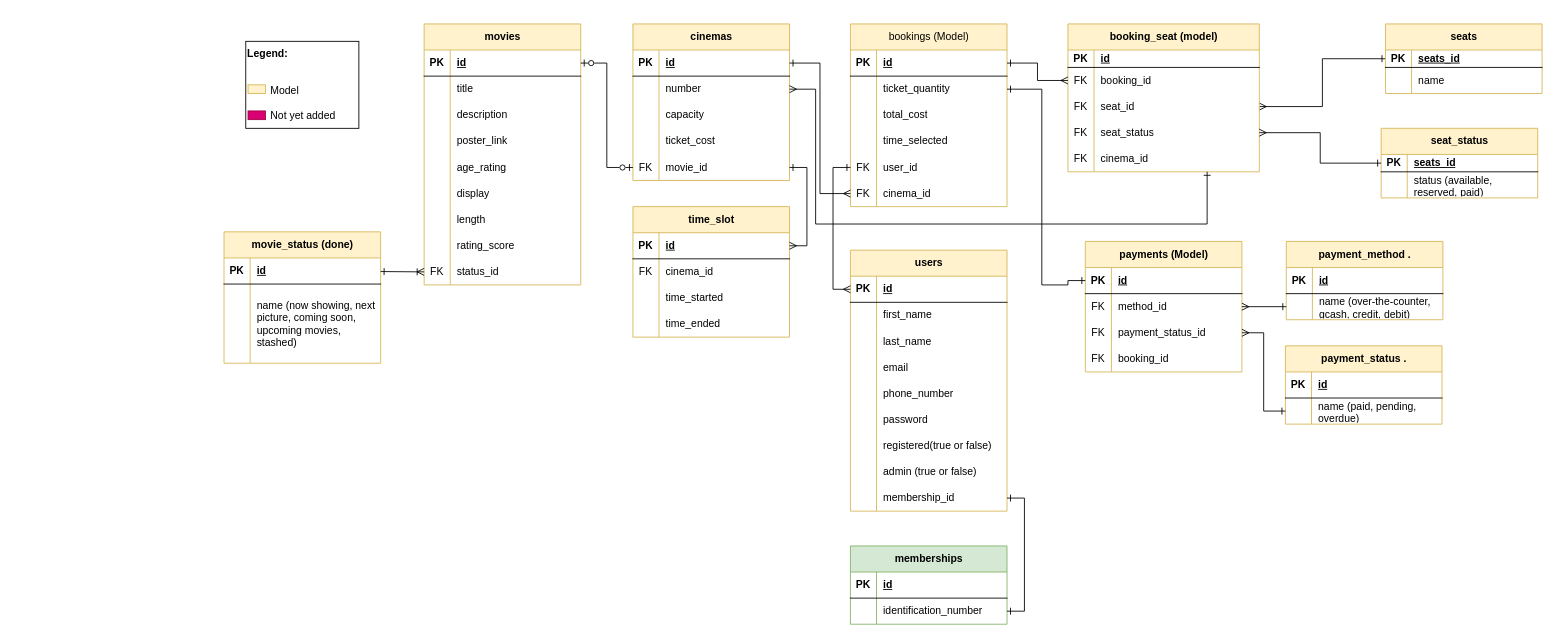
Above: page "Page-2" (2 of 2) of FLICKS.drawio in SammDumpingStation/FLICKS-Movie-Ticket-Booking-System (draw.io), before the change. Source tidied: cells renumbered, new cells numbered last; positions are measured from the earlier drawing's top-left corner, leaving out a move shared by most shapes. Both pictures are drawn from the tidied source at 87%, with x=0, y=0 at pixel (224, 23).
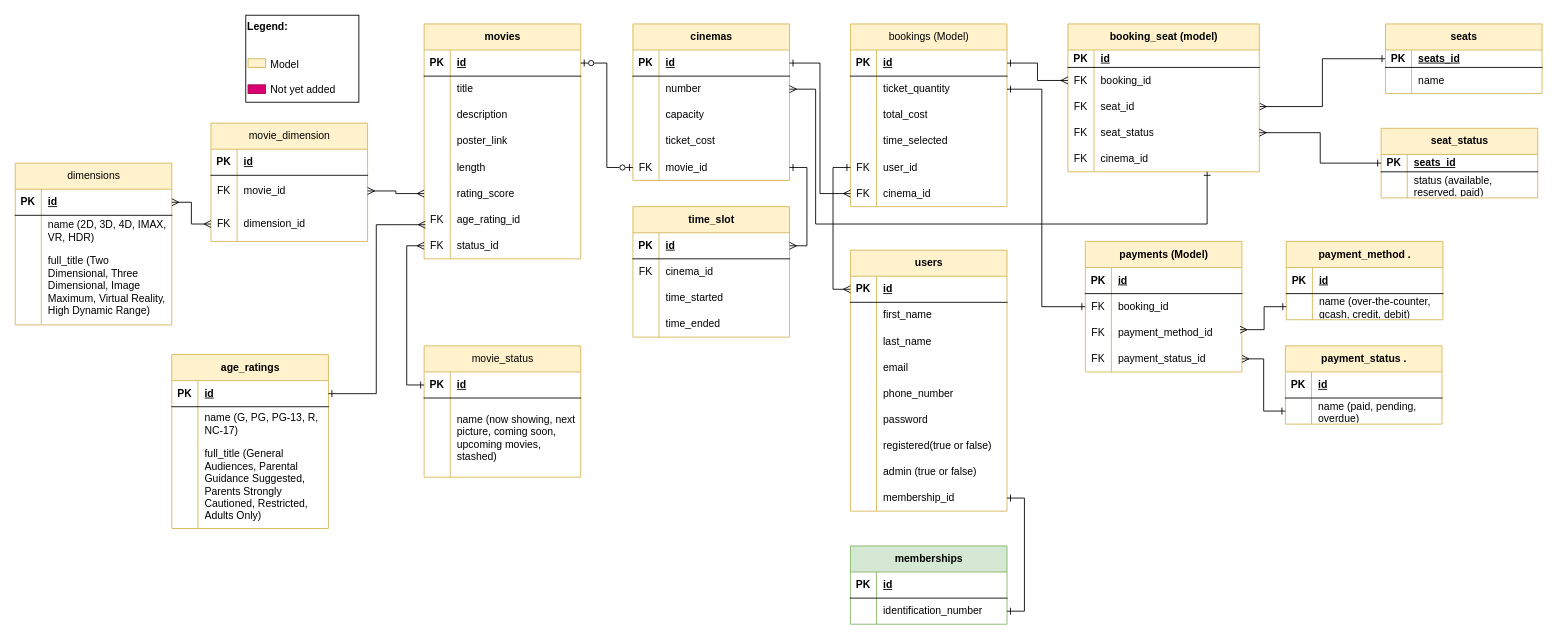
The same diagram, later.

Unchanged cells that the change refers to:
```xml
<mxCell id="59" style="shape=tableRow;horizontal=0;startSize=0;swimlaneHead=0;swimlaneBody=0;fillColor=none;points=[[0,0.5],[1,0.5]];portConstraint=eastwest;top=0;left=0;right=0;bottom=1;" parent="58" vertex="1">
  <mxGeometry y="30" width="180" height="30" as="geometry" />
</mxCell>
<mxCell id="62" style="shape=tableRow;horizontal=0;startSize=0;swimlaneHead=0;swimlaneBody=0;fillColor=none;points=[[0,0.5],[1,0.5]];portConstraint=eastwest;top=0;left=0;right=0;bottom=0;" parent="58" vertex="1">
  <mxGeometry y="60" width="180" height="30" as="geometry" />
</mxCell>
<mxCell id="65" style="shape=tableRow;horizontal=0;startSize=0;swimlaneHead=0;swimlaneBody=0;fillColor=none;points=[[0,0.5],[1,0.5]];portConstraint=eastwest;top=0;left=0;right=0;bottom=0;" parent="58" vertex="1">
  <mxGeometry y="90" width="180" height="30" as="geometry" />
</mxCell>
<mxCell id="68" style="shape=tableRow;horizontal=0;startSize=0;swimlaneHead=0;swimlaneBody=0;fillColor=none;points=[[0,0.5],[1,0.5]];portConstraint=eastwest;top=0;left=0;right=0;bottom=0;" parent="58" vertex="1">
  <mxGeometry y="120" width="180" height="30" as="geometry" />
</mxCell>
<mxCell id="91" style="shape=tableRow;horizontal=0;startSize=0;swimlaneHead=0;swimlaneBody=0;fillColor=none;points=[[0,0.5],[1,0.5]];portConstraint=eastwest;top=0;left=0;right=0;bottom=0;" parent="87" vertex="1">
  <mxGeometry y="60" width="180" height="30" as="geometry" />
</mxCell>
<mxCell id="115" style="shape=tableRow;horizontal=0;startSize=0;swimlaneHead=0;swimlaneBody=0;fillColor=none;points=[[0,0.5],[1,0.5]];portConstraint=eastwest;top=0;left=0;right=0;bottom=1;" parent="114" vertex="1">
  <mxGeometry y="30" width="180" height="30" as="geometry" />
</mxCell>
<mxCell id="132" style="shape=tableRow;horizontal=0;startSize=0;swimlaneHead=0;swimlaneBody=0;fillColor=none;points=[[0,0.5],[1,0.5]];portConstraint=eastwest;top=0;left=0;right=0;bottom=0;" parent="128" vertex="1">
  <mxGeometry y="60" width="180" height="30" as="geometry" />
</mxCell>
<mxCell id="139" style="shape=tableRow;horizontal=0;startSize=0;swimlaneHead=0;swimlaneBody=0;fillColor=none;points=[[0,0.5],[1,0.5]];portConstraint=eastwest;top=0;left=0;right=0;bottom=0;" parent="135" vertex="1">
  <mxGeometry y="60" width="180" height="30" as="geometry" />
</mxCell>
```

What changed in the source:
```diff
@@
     <mxCell id="2" value="movies" style="shape=table;startSize=30;childLayout=tableLayout;rowLines=0;fontStyle=1;align=center;html=1;fillColor=#fff2cc;strokeColor=#d6b656;" parent="1" vertex="1">
-      <mxGeometry x="230" width="180" height="300" as="geometry" />
+      <mxGeometry x="230" width="180" height="270" as="geometry" />
     </mxCell>
@@
-    <mxCell id="15" style="shape=tableRow;horizontal=0;startSize=0;swimlaneHead=0;swimlaneBody=0;fillColor=none;top=0;left=0;right=0;bottom=0;" parent="2" vertex="1">
-      <mxGeometry y="150" width="180" height="30" as="geometry" />
-    </mxCell>
-    <mxCell id="16" style="shape=partialRectangle;fillColor=none;top=0;left=0;bottom=0;right=0;overflow=hidden;whiteSpace=wrap;html=1;" parent="15" vertex="1">
-      <mxGeometry width="30" height="30" as="geometry" />
-    </mxCell>
-    <mxCell id="17" value="age_rating" style="shape=partialRectangle;fillColor=none;top=0;left=0;bottom=0;right=0;align=left;spacingLeft=6;overflow=hidden;whiteSpace=wrap;html=1;" parent="15" vertex="1">
-      <mxGeometry x="30" width="150" height="30" as="geometry" />
-    </mxCell>
-    <mxCell id="18" style="shape=tableRow;horizontal=0;startSize=0;swimlaneHead=0;swimlaneBody=0;fillColor=none;top=0;left=0;right=0;bottom=0;" parent="2" vertex="1">
-      <mxGeometry y="180" width="180" height="30" as="geometry" />
-    </mxCell>
-    <mxCell id="19" style="shape=partialRectangle;fillColor=none;top=0;left=0;bottom=0;right=0;overflow=hidden;whiteSpace=wrap;html=1;" parent="18" vertex="1">
-      <mxGeometry width="30" height="30" as="geometry" />
-    </mxCell>
-    <mxCell id="20" value="display" style="shape=partialRectangle;fillColor=none;top=0;left=0;bottom=0;right=0;align=left;spacingLeft=6;overflow=hidden;whiteSpace=wrap;html=1;" parent="18" vertex="1">
-      <mxGeometry x="30" width="150" height="30" as="geometry" />
-    </mxCell>
     <mxCell id="21" style="shape=tableRow;horizontal=0;startSize=0;swimlaneHead=0;swimlaneBody=0;fillColor=none;top=0;left=0;right=0;bottom=0;" parent="2" vertex="1">
-      <mxGeometry y="210" width="180" height="30" as="geometry" />
+      <mxGeometry y="150" width="180" height="30" as="geometry" />
     </mxCell>
@@
     <mxCell id="24" style="shape=tableRow;horizontal=0;startSize=0;swimlaneHead=0;swimlaneBody=0;fillColor=none;points=[[0,0.5],[1,0.5]];portConstraint=eastwest;top=0;left=0;right=0;bottom=0;" parent="2" vertex="1">
-      <mxGeometry y="240" width="180" height="30" as="geometry" />
+      <mxGeometry y="180" width="180" height="30" as="geometry" />
     </mxCell>
@@
-    <mxCell id="27" style="shape=tableRow;horizontal=0;startSize=0;swimlaneHead=0;swimlaneBody=0;fillColor=none;points=[[0,0.5],[1,0.5]];portConstraint=eastwest;top=0;left=0;right=0;bottom=0;" parent="2" vertex="1">
-      <mxGeometry y="270" width="180" height="30" as="geometry" />
-    </mxCell>
-    <mxCell id="28" value="FK" style="shape=partialRectangle;fillColor=none;top=0;left=0;bottom=0;right=0;overflow=hidden;whiteSpace=wrap;html=1;" parent="27" vertex="1">
-      <mxGeometry width="30" height="30" as="geometry" />
-    </mxCell>
+    <mxCell id="195" style="shape=tableRow;horizontal=0;startSize=0;swimlaneHead=0;swimlaneBody=0;fillColor=none;points=[[0,0.5],[1,0.5]];portConstraint=eastwest;top=0;left=0;right=0;bottom=0;" parent="2" vertex="1">
+      <mxGeometry y="210" width="180" height="30" as="geometry" />
+    </mxCell>
+    <mxCell id="196" value="FK" style="shape=partialRectangle;fillColor=none;top=0;left=0;bottom=0;right=0;overflow=hidden;whiteSpace=wrap;html=1;" parent="195" vertex="1">
+      <mxGeometry width="30" height="30" as="geometry" />
+    </mxCell>
+    <mxCell id="197" value="age_rating_id" style="shape=partialRectangle;fillColor=none;top=0;left=0;bottom=0;right=0;align=left;spacingLeft=6;overflow=hidden;whiteSpace=wrap;html=1;" parent="195" vertex="1">
+      <mxGeometry x="30" width="150" height="30" as="geometry" />
+    </mxCell>
+    <mxCell id="198" style="shape=tableRow;horizontal=0;startSize=0;swimlaneHead=0;swimlaneBody=0;fillColor=none;points=[[0,0.5],[1,0.5]];portConstraint=eastwest;top=0;left=0;right=0;bottom=0;" parent="2" vertex="1">
+      <mxGeometry y="240" width="180" height="30" as="geometry" />
+    </mxCell>
+    <mxCell id="199" value="FK" style="shape=partialRectangle;fillColor=none;top=0;left=0;bottom=0;right=0;overflow=hidden;whiteSpace=wrap;html=1;" parent="198" vertex="1">
+      <mxGeometry width="30" height="30" as="geometry" />
+    </mxCell>
-    <mxCell id="29" value="status_id" style="shape=partialRectangle;fillColor=none;top=0;left=0;bottom=0;right=0;align=left;spacingLeft=6;overflow=hidden;whiteSpace=wrap;html=1;" parent="27" vertex="1">
+    <mxCell id="29" value="status_id" style="shape=partialRectangle;fillColor=none;top=0;left=0;bottom=0;right=0;align=left;spacingLeft=6;overflow=hidden;whiteSpace=wrap;html=1;" parent="198" vertex="1">
       <mxGeometry x="30" width="150" height="30" as="geometry" />
     </mxCell>
@@
-    <mxCell id="64" value="method_id" style="shape=partialRectangle;fillColor=none;top=0;left=0;bottom=0;right=0;align=left;spacingLeft=6;overflow=hidden;whiteSpace=wrap;html=1;" parent="62" vertex="1">
+    <mxCell id="64" value="booking_id" style="shape=partialRectangle;fillColor=none;top=0;left=0;bottom=0;right=0;align=left;spacingLeft=6;overflow=hidden;whiteSpace=wrap;html=1;" parent="62" vertex="1">
       <mxGeometry x="30" width="150" height="30" as="geometry" />
     </mxCell>
@@
-    <mxCell id="67" value="payment_status_id" style="shape=partialRectangle;fillColor=none;top=0;left=0;bottom=0;right=0;align=left;spacingLeft=6;overflow=hidden;whiteSpace=wrap;html=1;" parent="65" vertex="1">
+    <mxCell id="67" value="payment_method_id" style="shape=partialRectangle;fillColor=none;top=0;left=0;bottom=0;right=0;align=left;spacingLeft=6;overflow=hidden;whiteSpace=wrap;html=1;" parent="65" vertex="1">
       <mxGeometry x="30" width="150" height="30" as="geometry" />
     </mxCell>
@@
-    <mxCell id="70" value="booking_id" style="shape=partialRectangle;fillColor=none;top=0;left=0;bottom=0;right=0;align=left;spacingLeft=6;overflow=hidden;whiteSpace=wrap;html=1;" parent="68" vertex="1">
+    <mxCell id="70" value="payment_status_id" style="shape=partialRectangle;fillColor=none;top=0;left=0;bottom=0;right=0;align=left;spacingLeft=6;overflow=hidden;whiteSpace=wrap;html=1;" parent="68" vertex="1">
       <mxGeometry x="30" width="150" height="30" as="geometry" />
     </mxCell>
@@
-    <mxCell id="114" value="movie_status (done)" style="shape=table;startSize=30;childLayout=tableLayout;rowLines=0;fontStyle=1;align=center;html=1;fillColor=#fff2cc;strokeColor=#d6b656;" parent="1" vertex="1">
-      <mxGeometry y="239" width="180" height="151" as="geometry" />
+    <mxCell id="114" value="movie_status" style="shape=table;startSize=30;childLayout=tableLayout;rowLines=0;fontStyle=0;align=center;html=1;fillColor=#fff2cc;strokeColor=#d6b656;" parent="1" vertex="1">
+      <mxGeometry x="230" y="370" width="180" height="151" as="geometry" />
     </mxCell>
@@
-    <mxCell id="178" style="rounded=0;jettySize=auto;html=1;entryX=0;entryY=0.5;entryDx=0;entryDy=0;startArrow=ERone;startFill=0;endArrow=ERoneToMany;endFill=0;" parent="1" edge="1" source="115" target="27">
-      <mxGeometry relative="1" as="geometry" />
-    </mxCell>
@@
-    <mxCell id="183" style="edgeStyle=orthogonalEdgeStyle;rounded=0;jettySize=auto;html=1;entryX=1;entryY=0.5;entryDx=0;entryDy=0;endArrow=ERmany;endFill=0;startArrow=ERone;startFill=0;" parent="1" edge="1" source="132" target="65">
+    <mxCell id="183" style="edgeStyle=orthogonalEdgeStyle;rounded=0;jettySize=auto;html=1;entryX=1;entryY=0.5;entryDx=0;entryDy=0;endArrow=ERmany;endFill=0;startArrow=ERone;startFill=0;" parent="1" edge="1" source="132" target="68">
       <mxGeometry relative="1" as="geometry" />
     </mxCell>
-    <mxCell id="184" style="edgeStyle=orthogonalEdgeStyle;rounded=0;jettySize=auto;html=1;entryX=1;entryY=0.5;entryDx=0;entryDy=0;endArrow=ERmany;endFill=0;startArrow=ERone;startFill=0;" parent="1" edge="1" source="139" target="62">
+    <mxCell id="184" style="edgeStyle=orthogonalEdgeStyle;rounded=0;jettySize=auto;html=1;entryX=0.988;entryY=0.381;entryDx=0;entryDy=0;endArrow=ERmany;endFill=0;startArrow=ERone;startFill=0;entryPerimeter=0;" parent="1" edge="1" source="139" target="65">
       <mxGeometry relative="1" as="geometry" />
     </mxCell>
     <mxCell id="185" style="group;" parent="1" vertex="1">
-      <mxGeometry x="25" y="20" width="130" height="100" as="geometry" />
+      <mxGeometry x="25" y="-10" width="130" height="100" as="geometry" />
     </mxCell>
@@
-    <mxCell id="194" style="edgeStyle=orthogonalEdgeStyle;rounded=0;jettySize=auto;html=1;entryX=0;entryY=0.5;entryDx=0;entryDy=0;startArrow=ERone;startFill=0;endArrow=ERone;endFill=0;" parent="1" edge="1" source="91" target="59">
+    <mxCell id="194" style="edgeStyle=orthogonalEdgeStyle;rounded=0;jettySize=auto;html=1;startArrow=ERone;startFill=0;endArrow=ERone;endFill=0;entryX=0;entryY=0.5;entryDx=0;entryDy=0;" parent="1" edge="1" source="91" target="62">
       <mxGeometry relative="1" as="geometry">
         <Array as="points">
           <mxPoint x="940" y="75" />
-          <mxPoint x="940" y="300" />
-          <mxPoint x="970" y="300" />
-          <mxPoint x="970" y="295" />
+          <mxPoint x="940" y="325" />
         </Array>
       </mxGeometry>
     </mxCell>
+    <mxCell id="200" value="dimensions" style="shape=table;startSize=30;childLayout=tableLayout;rowLines=0;fontStyle=0;align=center;html=1;fillColor=#fff2cc;strokeColor=#d6b656;" parent="1" vertex="1">
+      <mxGeometry x="-240" y="160" width="180" height="186" as="geometry" />
+    </mxCell>
+    <mxCell id="201" style="shape=tableRow;horizontal=0;startSize=0;swimlaneHead=0;swimlaneBody=0;fillColor=none;points=[[0,0.5],[1,0.5]];portConstraint=eastwest;top=0;left=0;right=0;bottom=1;" parent="200" vertex="1">
+      <mxGeometry y="30" width="180" height="30" as="geometry" />
+    </mxCell>
+    <mxCell id="202" value="PK" style="shape=partialRectangle;fillColor=none;top=0;left=0;bottom=0;right=0;fontStyle=1;overflow=hidden;whiteSpace=wrap;html=1;" parent="201" vertex="1">
+      <mxGeometry width="30" height="30" as="geometry" />
+    </mxCell>
+    <mxCell id="203" value="id" style="shape=partialRectangle;fillColor=none;top=0;left=0;bottom=0;right=0;align=left;spacingLeft=6;fontStyle=5;overflow=hidden;whiteSpace=wrap;html=1;" parent="201" vertex="1">
+      <mxGeometry x="30" width="150" height="30" as="geometry" />
+    </mxCell>
+    <mxCell id="204" style="shape=tableRow;horizontal=0;startSize=0;swimlaneHead=0;swimlaneBody=0;fillColor=none;top=0;left=0;right=0;bottom=0;" parent="200" vertex="1">
+      <mxGeometry y="60" width="180" height="36" as="geometry" />
+    </mxCell>
+    <mxCell id="205" style="shape=partialRectangle;fillColor=none;top=0;left=0;bottom=0;right=0;overflow=hidden;whiteSpace=wrap;html=1;" parent="204" vertex="1">
+      <mxGeometry width="30" height="36" as="geometry" />
+    </mxCell>
+    <mxCell id="206" value="name (2D, 3D, 4D, IMAX, VR, HDR)" style="shape=partialRectangle;fillColor=none;top=0;left=0;bottom=0;right=0;align=left;spacingLeft=6;overflow=hidden;whiteSpace=wrap;html=1;" parent="204" vertex="1">
+      <mxGeometry x="30" width="150" height="36" as="geometry" />
+    </mxCell>
+    <mxCell id="207" style="shape=tableRow;horizontal=0;startSize=0;swimlaneHead=0;swimlaneBody=0;fillColor=none;top=0;left=0;right=0;bottom=0;" parent="200" vertex="1">
+      <mxGeometry y="96" width="180" height="90" as="geometry" />
+    </mxCell>
+    <mxCell id="208" style="shape=partialRectangle;fillColor=none;top=0;left=0;bottom=0;right=0;overflow=hidden;whiteSpace=wrap;html=1;" parent="207" vertex="1">
+      <mxGeometry width="30" height="90" as="geometry" />
+    </mxCell>
+    <mxCell id="209" value="full_title (Two Dimensional, Three Dimensional, Image Maximum, Virtual Reality, High Dynamic Range)" style="shape=partialRectangle;fillColor=none;top=0;left=0;bottom=0;right=0;align=left;spacingLeft=6;overflow=hidden;whiteSpace=wrap;html=1;" parent="207" vertex="1">
+      <mxGeometry x="30" width="150" height="90" as="geometry" />
+    </mxCell>
+    <mxCell id="210" value="age_ratings" style="shape=table;startSize=30;childLayout=tableLayout;rowLines=0;fontStyle=1;align=center;html=1;fillColor=#fff2cc;strokeColor=#d6b656;" parent="1" vertex="1">
+      <mxGeometry x="-60" y="380" width="180" height="200" as="geometry" />
+    </mxCell>
+    <mxCell id="211" style="shape=tableRow;horizontal=0;startSize=0;swimlaneHead=0;swimlaneBody=0;fillColor=none;points=[[0,0.5],[1,0.5]];portConstraint=eastwest;top=0;left=0;right=0;bottom=1;" parent="210" vertex="1">
+      <mxGeometry y="30" width="180" height="30" as="geometry" />
+    </mxCell>
+    <mxCell id="212" value="PK" style="shape=partialRectangle;fillColor=none;top=0;left=0;bottom=0;right=0;fontStyle=1;overflow=hidden;whiteSpace=wrap;html=1;" parent="211" vertex="1">
+      <mxGeometry width="30" height="30" as="geometry" />
+    </mxCell>
+    <mxCell id="213" value="id" style="shape=partialRectangle;fillColor=none;top=0;left=0;bottom=0;right=0;align=left;spacingLeft=6;fontStyle=5;overflow=hidden;whiteSpace=wrap;html=1;" parent="211" vertex="1">
+      <mxGeometry x="30" width="150" height="30" as="geometry" />
+    </mxCell>
+    <mxCell id="214" style="shape=tableRow;horizontal=0;startSize=0;swimlaneHead=0;swimlaneBody=0;fillColor=none;top=0;left=0;right=0;bottom=0;" parent="210" vertex="1">
+      <mxGeometry y="60" width="180" height="40" as="geometry" />
+    </mxCell>
+    <mxCell id="215" style="shape=partialRectangle;fillColor=none;top=0;left=0;bottom=0;right=0;overflow=hidden;whiteSpace=wrap;html=1;" parent="214" vertex="1">
+      <mxGeometry width="30" height="40" as="geometry" />
+    </mxCell>
+    <mxCell id="216" value="name (G, PG, PG-13, R, NC-17)" style="shape=partialRectangle;fillColor=none;top=0;left=0;bottom=0;right=0;align=left;spacingLeft=6;overflow=hidden;whiteSpace=wrap;html=1;" parent="214" vertex="1">
+      <mxGeometry x="30" width="150" height="40" as="geometry" />
+    </mxCell>
+    <mxCell id="217" style="shape=tableRow;horizontal=0;startSize=0;swimlaneHead=0;swimlaneBody=0;fillColor=none;top=0;left=0;right=0;bottom=0;" parent="210" vertex="1">
+      <mxGeometry y="100" width="180" height="100" as="geometry" />
+    </mxCell>
+    <mxCell id="218" style="shape=partialRectangle;fillColor=none;top=0;left=0;bottom=0;right=0;overflow=hidden;whiteSpace=wrap;html=1;" parent="217" vertex="1">
+      <mxGeometry width="30" height="100" as="geometry" />
+    </mxCell>
+    <mxCell id="219" value="full_title (General Audiences, Parental Guidance Suggested, Parents Strongly Cautioned, Restricted, Adults Only)" style="shape=partialRectangle;fillColor=none;top=0;left=0;bottom=0;right=0;align=left;spacingLeft=6;overflow=hidden;whiteSpace=wrap;html=1;" parent="217" vertex="1">
+      <mxGeometry x="30" width="150" height="100" as="geometry" />
+    </mxCell>
+    <mxCell id="220" style="edgeStyle=orthogonalEdgeStyle;rounded=0;jettySize=auto;html=1;entryX=0.008;entryY=0.693;entryDx=0;entryDy=0;entryPerimeter=0;endArrow=ERmany;endFill=0;startArrow=ERone;startFill=0;" parent="1" edge="1" source="211" target="195">
+      <mxGeometry relative="1" as="geometry" />
+    </mxCell>
+    <mxCell id="221" style="edgeStyle=orthogonalEdgeStyle;rounded=0;jettySize=auto;html=1;entryX=0;entryY=0.5;entryDx=0;entryDy=0;endArrow=ERmany;endFill=0;startArrow=ERone;startFill=0;" parent="1" edge="1" source="115" target="198">
+      <mxGeometry relative="1" as="geometry" />
+    </mxCell>
+    <mxCell id="222" value="movie_dimension" style="shape=table;startSize=30;childLayout=tableLayout;rowLines=0;fontStyle=0;align=center;html=1;fillColor=#fff2cc;strokeColor=#d6b656;" parent="1" vertex="1">
+      <mxGeometry x="-15" y="114" width="180" height="136" as="geometry" />
+    </mxCell>
+    <mxCell id="223" style="shape=tableRow;horizontal=0;startSize=0;swimlaneHead=0;swimlaneBody=0;fillColor=none;top=0;left=0;right=0;bottom=1;" parent="222" vertex="1">
+      <mxGeometry y="30" width="180" height="30" as="geometry" />
+    </mxCell>
+    <mxCell id="224" value="PK" style="shape=partialRectangle;fillColor=none;top=0;left=0;bottom=0;right=0;fontStyle=1;overflow=hidden;whiteSpace=wrap;html=1;" parent="223" vertex="1">
+      <mxGeometry width="30" height="30" as="geometry" />
+    </mxCell>
+    <mxCell id="225" value="id" style="shape=partialRectangle;fillColor=none;top=0;left=0;bottom=0;right=0;align=left;spacingLeft=6;fontStyle=5;overflow=hidden;whiteSpace=wrap;html=1;" parent="223" vertex="1">
+      <mxGeometry x="30" width="150" height="30" as="geometry" />
+    </mxCell>
+    <mxCell id="226" style="shape=tableRow;horizontal=0;startSize=0;swimlaneHead=0;swimlaneBody=0;fillColor=none;points=[[0,0.5],[1,0.5]];portConstraint=eastwest;top=0;left=0;right=0;bottom=0;" parent="222" vertex="1">
+      <mxGeometry y="60" width="180" height="36" as="geometry" />
+    </mxCell>
+    <mxCell id="227" value="FK" style="shape=partialRectangle;fillColor=none;top=0;left=0;bottom=0;right=0;overflow=hidden;whiteSpace=wrap;html=1;" parent="226" vertex="1">
+      <mxGeometry width="30" height="36" as="geometry" />
+    </mxCell>
+    <mxCell id="228" value="movie_id" style="shape=partialRectangle;fillColor=none;top=0;left=0;bottom=0;right=0;align=left;spacingLeft=6;overflow=hidden;whiteSpace=wrap;html=1;" parent="226" vertex="1">
+      <mxGeometry x="30" width="150" height="36" as="geometry" />
+    </mxCell>
+    <mxCell id="229" style="shape=tableRow;horizontal=0;startSize=0;swimlaneHead=0;swimlaneBody=0;fillColor=none;points=[[0,0.5],[1,0.5]];portConstraint=eastwest;top=0;left=0;right=0;bottom=0;" parent="222" vertex="1">
+      <mxGeometry y="96" width="180" height="40" as="geometry" />
+    </mxCell>
+    <mxCell id="230" value="FK" style="shape=partialRectangle;fillColor=none;top=0;left=0;bottom=0;right=0;overflow=hidden;whiteSpace=wrap;html=1;" parent="229" vertex="1">
+      <mxGeometry width="30" height="40" as="geometry" />
+    </mxCell>
+    <mxCell id="231" value="dimension_id" style="shape=partialRectangle;fillColor=none;top=0;left=0;bottom=0;right=0;align=left;spacingLeft=6;overflow=hidden;whiteSpace=wrap;html=1;" parent="229" vertex="1">
+      <mxGeometry x="30" width="150" height="40" as="geometry" />
+    </mxCell>
+    <mxCell id="232" style="edgeStyle=orthogonalEdgeStyle;rounded=0;jettySize=auto;html=1;entryX=0;entryY=0.5;entryDx=0;entryDy=0;endArrow=ERmany;endFill=0;startArrow=ERmany;startFill=0;" parent="1" edge="1" source="201" target="229">
+      <mxGeometry relative="1" as="geometry" />
+    </mxCell>
+    <mxCell id="233" style="edgeStyle=orthogonalEdgeStyle;rounded=0;jettySize=auto;html=1;entryX=0;entryY=0.5;entryDx=0;entryDy=0;endArrow=ERmany;endFill=0;startArrow=ERmany;startFill=0;" parent="1" edge="1" source="226" target="24">
+      <mxGeometry relative="1" as="geometry" />
+    </mxCell>
```
